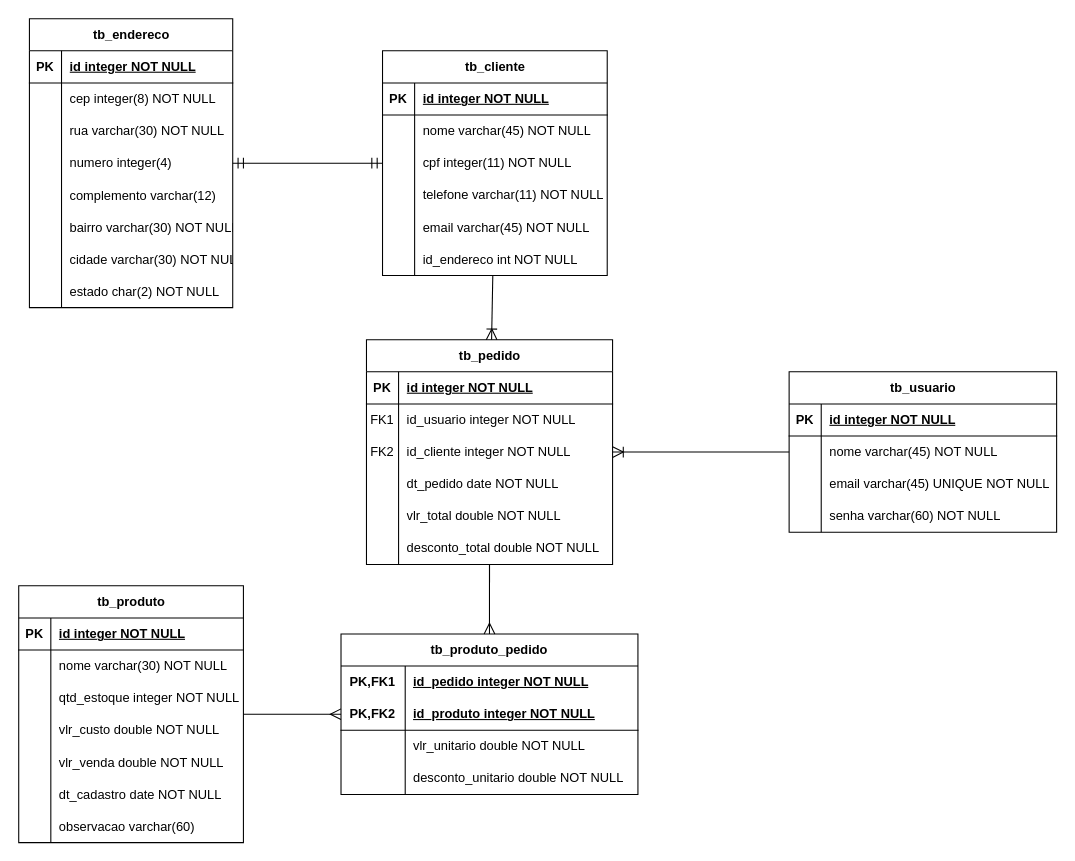
This is bd_controle_pedido.drawio from GuilhermeBuenoMartins/simulado-processo-seletivo, a draw.io file, before an edit. Source tidied: cells renumbered, new cells numbered last; positions are measured from the earlier drawing's top-left corner, leaving out a move shared by most shapes. Both pictures are drawn from the tidied source at 107%, with x=0, y=0 at pixel (18, 18).
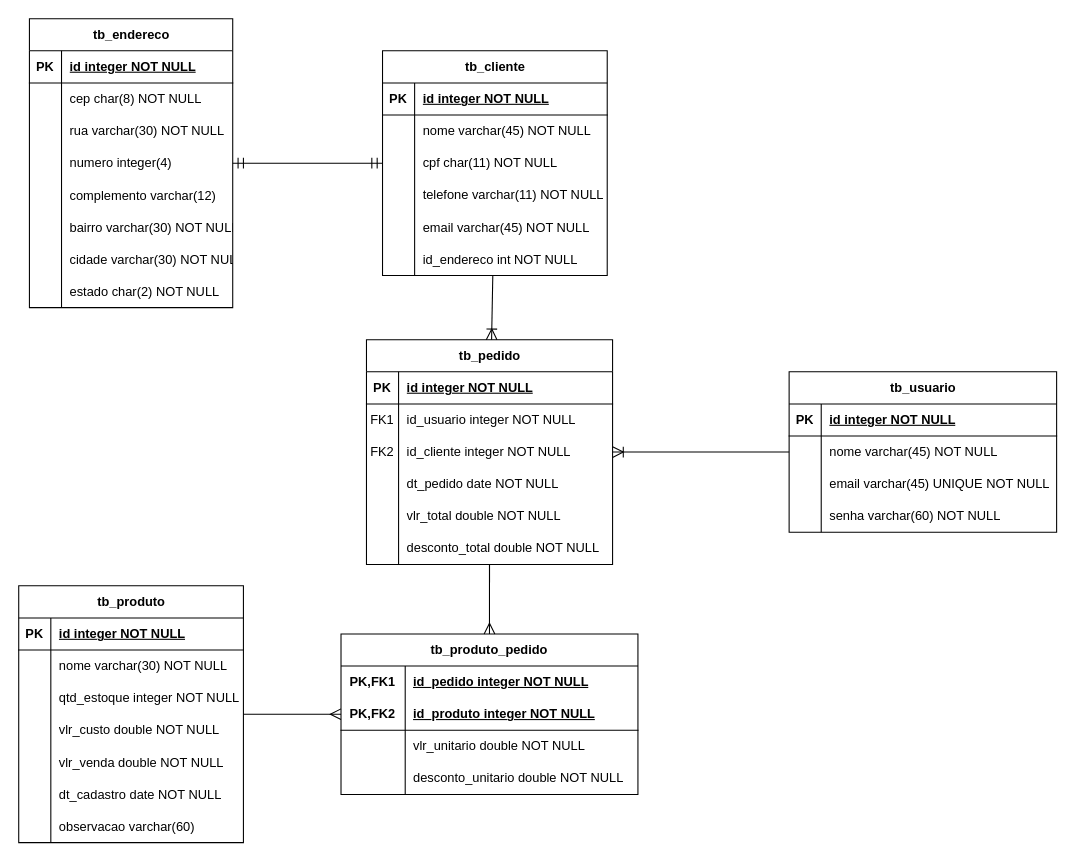
Above is the later version.

Commit message:
Correção nos tipos de dados.

Unchanged cells that the change refers to:
```xml
<mxCell id="31" style="shape=tableRow;horizontal=0;startSize=0;swimlaneHead=0;swimlaneBody=0;fillColor=none;top=0;left=0;right=0;bottom=0;" parent="24" vertex="1">
  <mxGeometry y="90" width="210" height="30" as="geometry" />
</mxCell>
<mxCell id="47" style="shape=tableRow;horizontal=0;startSize=0;swimlaneHead=0;swimlaneBody=0;fillColor=none;top=0;left=0;right=0;bottom=0;" parent="43" vertex="1">
  <mxGeometry y="60" width="190" height="30" as="geometry" />
</mxCell>
```

The edit, as a diff of the source:
```diff
@@
-    <mxCell id="33" value="cpf integer(11) NOT NULL" style="shape=partialRectangle;fillColor=none;top=0;left=0;bottom=0;right=0;align=left;spacingLeft=6;overflow=hidden;whiteSpace=wrap;html=1;" parent="31" vertex="1">
+    <mxCell id="33" value="cpf char(11) NOT NULL" style="shape=partialRectangle;fillColor=none;top=0;left=0;bottom=0;right=0;align=left;spacingLeft=6;overflow=hidden;whiteSpace=wrap;html=1;" parent="31" vertex="1">
       <mxGeometry x="30" width="180" height="30" as="geometry" />
     </mxCell>
@@
-    <mxCell id="49" value="cep integer(8) NOT NULL" style="shape=partialRectangle;fillColor=none;top=0;left=0;bottom=0;right=0;align=left;spacingLeft=6;overflow=hidden;whiteSpace=wrap;html=1;" parent="47" vertex="1">
+    <mxCell id="49" value="cep char(8) NOT NULL" style="shape=partialRectangle;fillColor=none;top=0;left=0;bottom=0;right=0;align=left;spacingLeft=6;overflow=hidden;whiteSpace=wrap;html=1;" parent="47" vertex="1">
       <mxGeometry x="30" width="160" height="30" as="geometry" />
     </mxCell>
```
